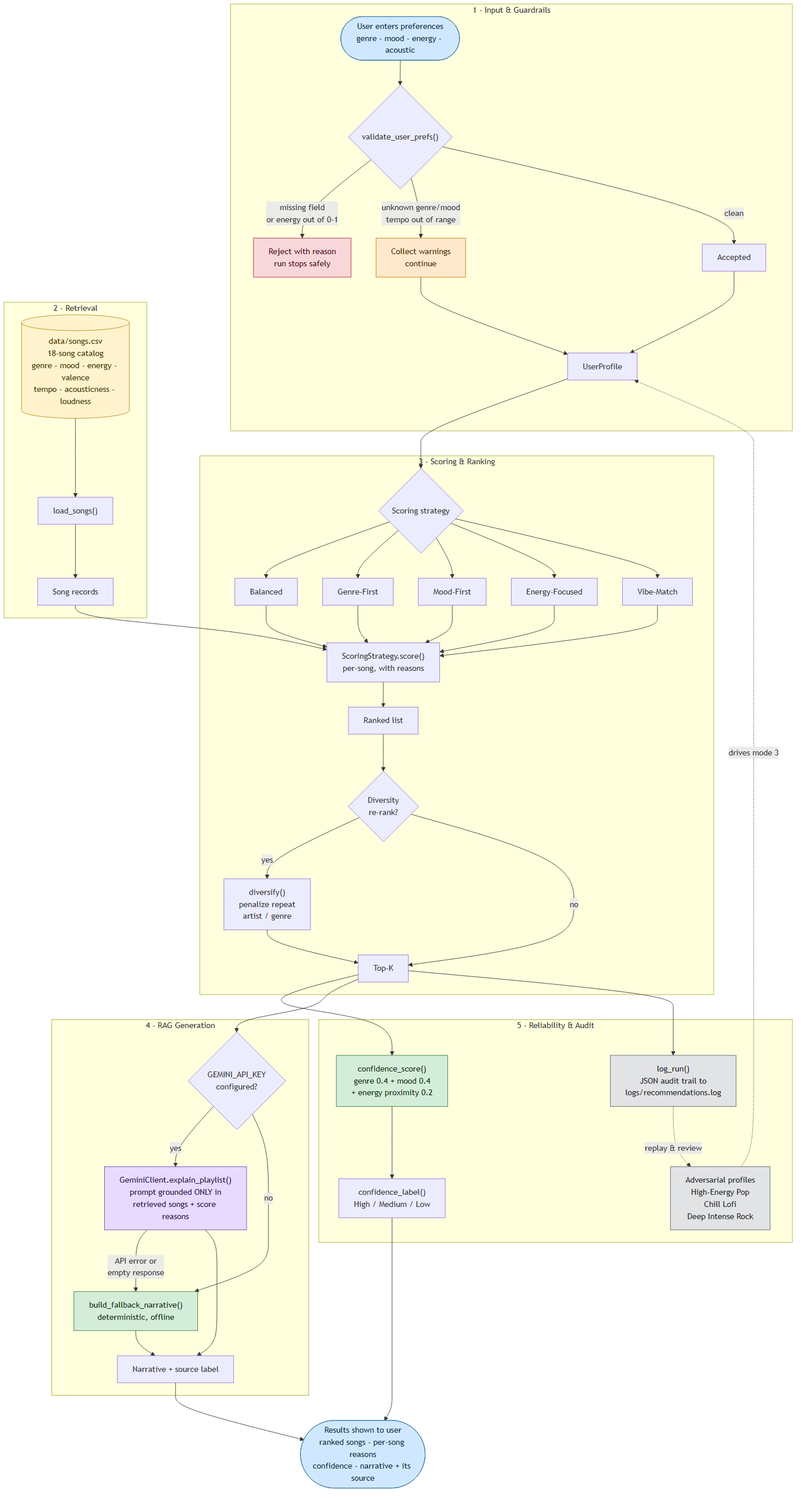
This is assets/architecture.png from yohanakatani/applied-ai-system-final, a Mermaid export, as it was before one commit. Its source is kept beside it as diagrams/architecture.mmd.
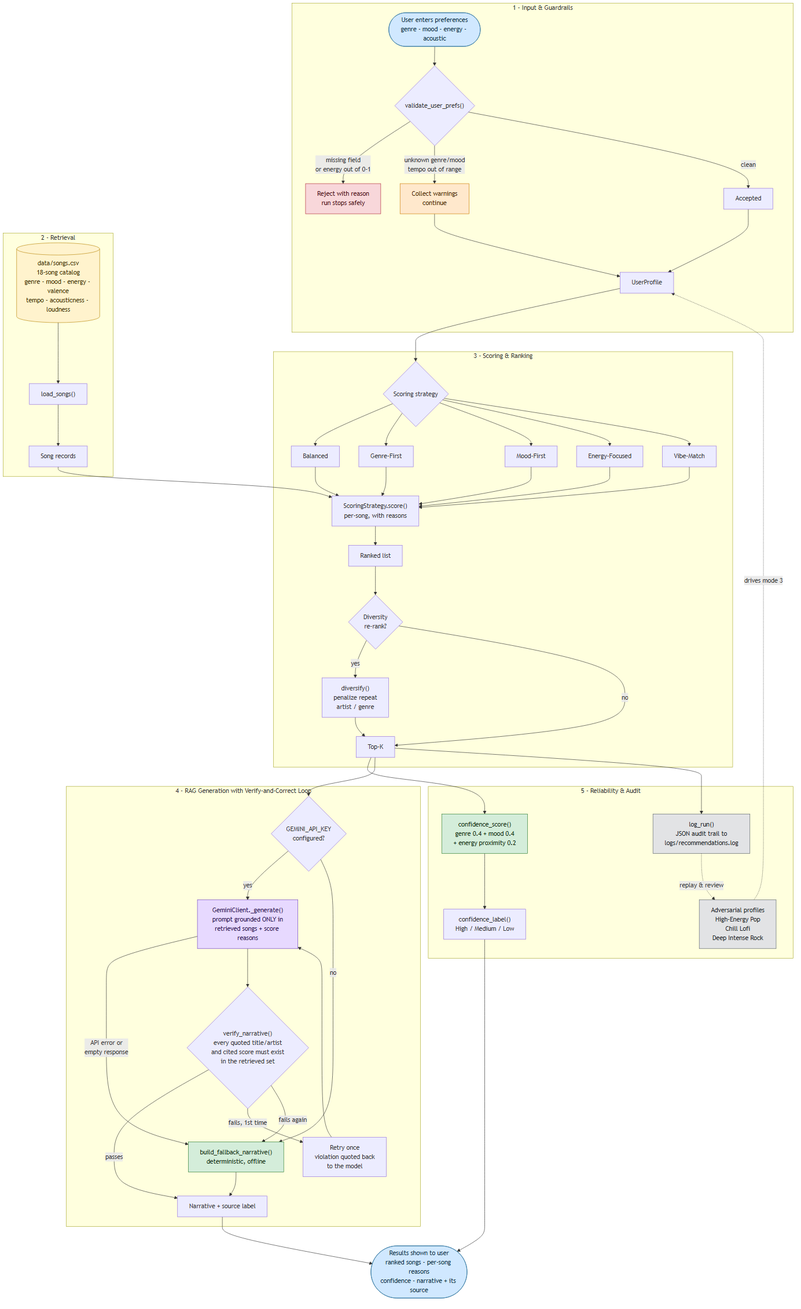
Later version of the same file.

Commit message:
Enforce narrative grounding with a verify-and-correct loop

What changed in the source:
```diff
@@ -31,12 +31,18 @@
         DV --> TOPK
     end
 
-    subgraph GENERATION["4 - RAG Generation"]
+    subgraph GENERATION["4 - RAG Generation with Verify-and-Correct Loop"]
         G{"GEMINI_API_KEY<br/>configured?"}
-        G -->|yes| GEM["GeminiClient.explain_playlist()<br/>prompt grounded ONLY in<br/>retrieved songs + score reasons"]
+        G -->|yes| GEM["GeminiClient._generate()<br/>prompt grounded ONLY in<br/>retrieved songs + score reasons"]
         G -->|no| TPL["build_fallback_narrative()<br/>deterministic, offline"]
         GEM -->|"API error or<br/>empty response"| TPL
-        GEM --> NARR[Narrative + source label]
+
+        GEM --> VER{"verify_narrative()<br/>every quoted title/artist<br/>and cited score must exist<br/>in the retrieved set"}
+        VER -->|passes| NARR[Narrative + source label]
+        VER -->|"fails, 1st time"| RETRY["Retry once<br/>violation quoted back<br/>to the model"]
+        RETRY --> GEM
+        VER -->|"fails again"| TPL
+
         TPL --> NARR
     end
 
```
